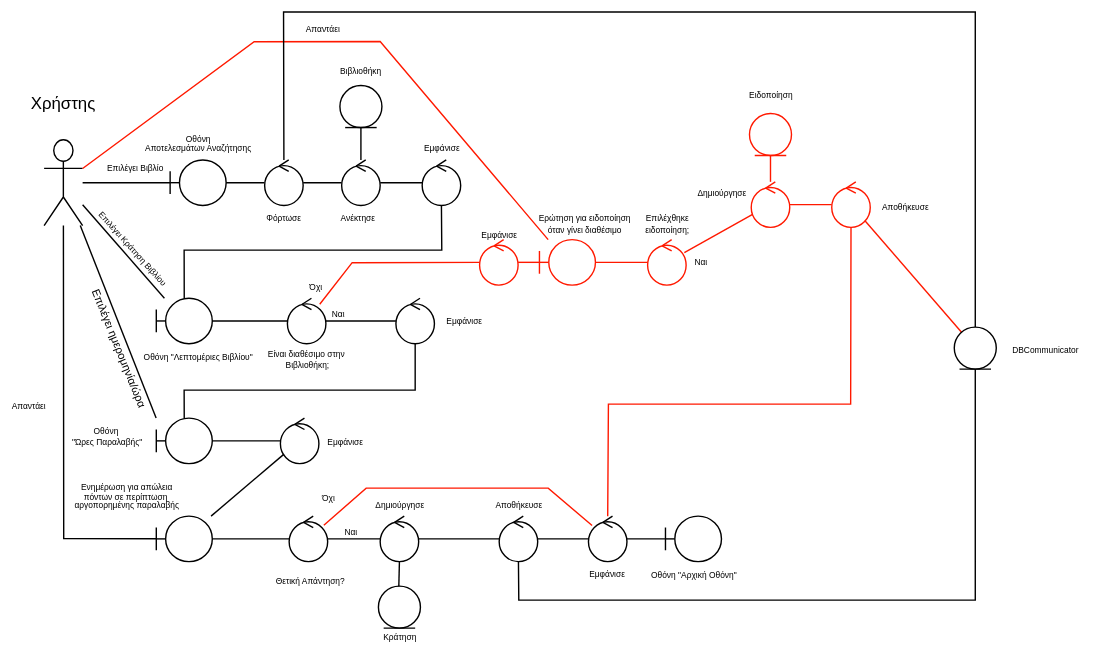
Before: 2nd Assignment/Robustness Diagrams/Robustness-Diagram-v0.1-Κράτηση Βιβλίου.svg, a diagram exported from draw.io (CallMeJasonYT/LibraVision). Source tidied: cells renumbered, new cells last; positions are measured from the earlier drawing's top-left corner, leaving out a move shared by most shapes.
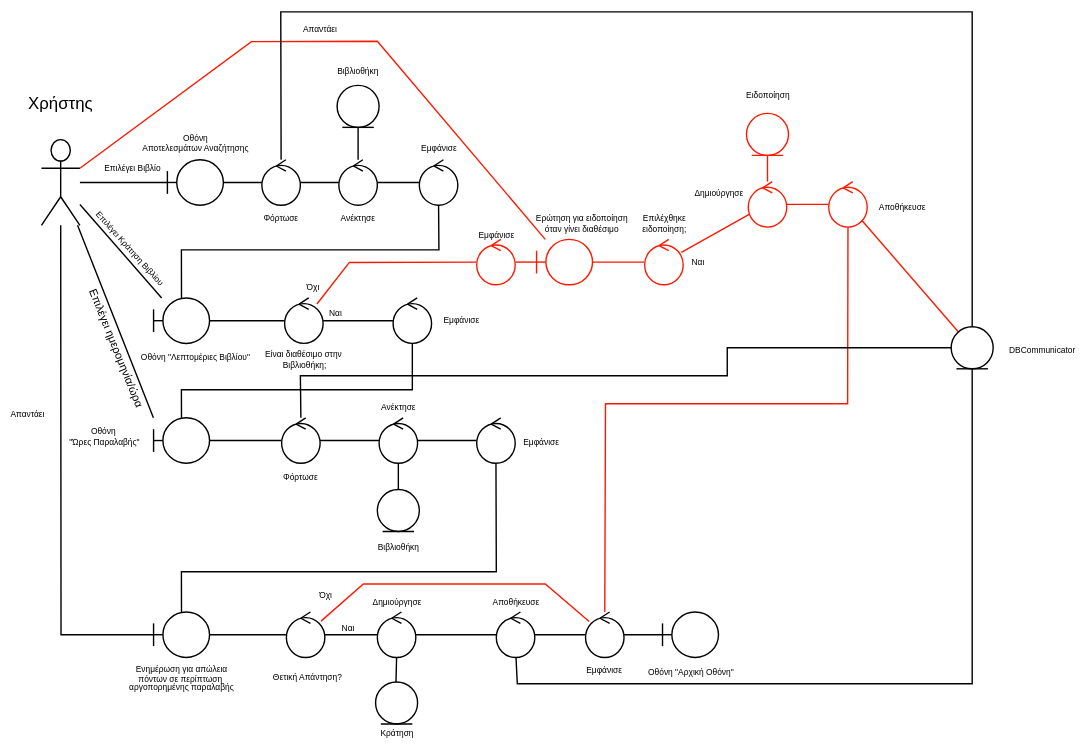
After the change.

Commit message:
Robustness-Diagram-v0.1-Κράτηση Βιβλίου

What changed in the source:
```diff
@@ -21,7 +21,7 @@
     <mxCell id="6" style="edgeStyle=none;rounded=0;jettySize=auto;html=1;endArrow=none;endFill=0;" parent="1" edge="1" source="7" target="29">
       <mxGeometry relative="1" as="geometry">
         <Array as="points">
-          <mxPoint x="45" y="385" />
+          <mxPoint x="45" y="454" />
         </Array>
       </mxGeometry>
     </mxCell>
@@ -72,7 +72,7 @@
     <mxCell id="21" value="&lt;font style=&quot;font-size: 6px;&quot;&gt;Εμφάνισε&lt;/font&gt;" style="text;html=1;align=center;verticalAlign=middle;strokeColor=none;fillColor=none;" parent="1" vertex="1">
       <mxGeometry x="306" y="213.4" width="50" height="30" as="geometry" />
     </mxCell>
-    <mxCell id="22" style="edgeStyle=none;rounded=0;jettySize=auto;html=1;endArrow=none;endFill=0;" parent="1" edge="1" source="23" target="27">
+    <mxCell id="22" style="edgeStyle=none;rounded=0;jettySize=auto;html=1;endArrow=none;endFill=0;" parent="1" edge="1" source="23" target="95">
       <mxGeometry relative="1" as="geometry" />
     </mxCell>
     <mxCell id="23" style="shape=umlBoundary;whiteSpace=wrap;html=1;fontSize=10;" parent="1" vertex="1">
@@ -93,34 +93,39 @@
       <mxGeometry x="29.9" y="239" width="110" height="20" as="geometry" />
     </mxCell>
     <mxCell id="27" style="ellipse;shape=umlControl;whiteSpace=wrap;html=1;" parent="1" vertex="1">
-      <mxGeometry x="199.8" y="299" width="27.5" height="32.5" as="geometry" />
+      <mxGeometry x="342" y="299" width="27.5" height="32.5" as="geometry" />
     </mxCell>
-    <mxCell id="28" value="&lt;font style=&quot;font-size: 6px;&quot;&gt;Εμφάνισε&lt;/font&gt;" style="text;html=1;align=center;verticalAlign=middle;strokeColor=none;fillColor=none;" parent="1" vertex="1">
-      <mxGeometry x="221" y="300.2" width="50" height="30" as="geometry" />
+    <mxCell id="28" value="&lt;font style=&quot;font-size: 6px;&quot;&gt;Εμφάνισε&lt;/font&gt;" style="text;html=1;align=center;verticalAlign=middle;strokeColor=none;fillColor=none;spacing=0;spacingLeft=-2;" parent="1" vertex="1">
+      <mxGeometry x="368.5" y="305.2" width="40" height="20" as="geometry" />
     </mxCell>
     <mxCell id="29" style="shape=umlBoundary;whiteSpace=wrap;html=1;fontSize=10;" parent="1" vertex="1">
-      <mxGeometry x="111.1" y="369" width="40" height="32.5" as="geometry" />
+      <mxGeometry x="111.1" y="437.8" width="40" height="32.5" as="geometry" />
     </mxCell>
     <mxCell id="30" style="edgeStyle=none;rounded=0;jettySize=auto;html=1;endArrow=none;endFill=0;" parent="1" edge="1" source="27" target="29">
-      <mxGeometry relative="1" as="geometry" />
+      <mxGeometry relative="1" as="geometry">
+        <Array as="points">
+          <mxPoint x="356" y="409" />
+          <mxPoint x="131" y="409" />
+        </Array>
+      </mxGeometry>
     </mxCell>
     <mxCell id="31" value="&lt;span style=&quot;font-size: 6px;&quot;&gt;Ενημέρωση για απώλεια&lt;/span&gt;&lt;div style=&quot;line-height: 100%; font-size: 6px;&quot;&gt;&lt;span style=&quot;font-size: 6px;&quot;&gt;πόντων σε περίπτωση&amp;nbsp;&lt;/span&gt;&lt;/div&gt;&lt;div style=&quot;line-height: 100%; font-size: 6px;&quot;&gt;&lt;span style=&quot;font-size: 6px;&quot;&gt;αργοπορημένης παραλαβής&lt;/span&gt;&lt;/div&gt;" style="text;html=1;align=center;verticalAlign=middle;strokeColor=none;fillColor=none;fontSize=6;" parent="1" vertex="1">
-      <mxGeometry x="39.9" y="340.2" width="100" height="30" as="geometry" />
+      <mxGeometry x="81.1" y="470.2" width="100" height="30" as="geometry" />
     </mxCell>
     <mxCell id="32" value="&lt;span style=&quot;font-size: 6px;&quot;&gt;Απαντάει&lt;/span&gt;" style="text;html=1;align=center;verticalAlign=middle;strokeColor=none;fillColor=none;spacing=0;" parent="1" vertex="1">
-      <mxGeometry x="-0.1" y="279" width="40" height="20" as="geometry" />
+      <mxGeometry x="1.1" y="285.2" width="40" height="20" as="geometry" />
     </mxCell>
     <mxCell id="33" style="ellipse;shape=umlControl;whiteSpace=wrap;html=1;" parent="1" vertex="1">
-      <mxGeometry x="419.8" y="369" width="27.5" height="32.5" as="geometry" />
+      <mxGeometry x="419.8" y="437.8" width="27.5" height="32.5" as="geometry" />
     </mxCell>
     <mxCell id="34" style="shape=umlBoundary;whiteSpace=wrap;html=1;fontSize=10;" parent="1" vertex="1">
-      <mxGeometry x="474.8" y="369" width="40" height="32.5" as="geometry" />
+      <mxGeometry x="474.8" y="437.8" width="40" height="32.5" as="geometry" />
     </mxCell>
     <mxCell id="35" value="&lt;font style=&quot;font-size: 6px;&quot;&gt;Εμφάνισε&lt;/font&gt;" style="text;html=1;align=center;verticalAlign=middle;strokeColor=none;fillColor=none;spacing=0;" parent="1" vertex="1">
-      <mxGeometry x="408.5" y="399" width="50" height="20" as="geometry" />
+      <mxGeometry x="408.5" y="467.8" width="50" height="20" as="geometry" />
     </mxCell>
     <mxCell id="36" value="&lt;span style=&quot;font-size: 6px;&quot;&gt;Οθόνη &quot;Αρχική Οθόνη&quot;&lt;/span&gt;" style="text;html=1;align=center;verticalAlign=middle;strokeColor=none;fillColor=none;spacing=0;" parent="1" vertex="1">
-      <mxGeometry x="454.8" y="400.2" width="80" height="20" as="geometry" />
+      <mxGeometry x="454.8" y="469" width="80" height="20" as="geometry" />
     </mxCell>
     <mxCell id="37" style="edgeStyle=none;rounded=0;jettySize=auto;html=1;endArrow=none;endFill=0;" parent="1" edge="1" source="66" target="33">
       <mxGeometry relative="1" as="geometry" />
@@ -206,33 +211,33 @@
       <mxGeometry relative="1" as="geometry" />
     </mxCell>
     <mxCell id="60" style="ellipse;shape=umlControl;whiteSpace=wrap;html=1;" parent="1" vertex="1">
-      <mxGeometry x="206" y="369" width="27.5" height="32.5" as="geometry" />
+      <mxGeometry x="206" y="437.8" width="27.5" height="32.5" as="geometry" />
     </mxCell>
     <mxCell id="61" value="&lt;span style=&quot;font-size: 6px;&quot;&gt;Θετική Απάντηση?&lt;/span&gt;" style="text;html=1;align=center;verticalAlign=middle;strokeColor=none;fillColor=none;" parent="1" vertex="1">
-      <mxGeometry x="186" y="399" width="70" height="30" as="geometry" />
+      <mxGeometry x="186" y="467.8" width="70" height="30" as="geometry" />
     </mxCell>
     <mxCell id="62" value="&lt;span style=&quot;font-size: 6px;&quot;&gt;Ναι&lt;/span&gt;" style="text;html=1;align=center;verticalAlign=middle;strokeColor=none;fillColor=none;spacing=0;spacingLeft=-2;" parent="1" vertex="1">
-      <mxGeometry x="240.5" y="369" width="20" height="20" as="geometry" />
+      <mxGeometry x="240.5" y="437.8" width="20" height="20" as="geometry" />
     </mxCell>
     <mxCell id="63" style="edgeStyle=none;rounded=0;jettySize=auto;html=1;strokeColor=#FF1900;endArrow=none;endFill=0;" parent="1" edge="1" source="60" target="33">
       <mxGeometry relative="1" as="geometry">
         <Array as="points">
-          <mxPoint x="261" y="349" />
-          <mxPoint x="391" y="349" />
+          <mxPoint x="261" y="417.8" />
+          <mxPoint x="391" y="417.8" />
         </Array>
       </mxGeometry>
     </mxCell>
     <mxCell id="64" value="&lt;span style=&quot;font-size: 6px;&quot;&gt;Όχι&lt;/span&gt;" style="text;html=1;align=center;verticalAlign=middle;strokeColor=none;fillColor=none;" parent="1" vertex="1">
-      <mxGeometry x="218.6" y="340.2" width="30" height="30" as="geometry" />
+      <mxGeometry x="218.6" y="409" width="30" height="30" as="geometry" />
     </mxCell>
     <mxCell id="65" style="edgeStyle=none;rounded=0;jettySize=auto;html=1;endArrow=none;endFill=0;" parent="1" edge="1" source="2" target="76">
       <mxGeometry relative="1" as="geometry" />
     </mxCell>
     <mxCell id="66" style="ellipse;shape=umlControl;whiteSpace=wrap;html=1;" parent="1" vertex="1">
-      <mxGeometry x="356" y="369" width="27.5" height="32.5" as="geometry" />
+      <mxGeometry x="356" y="437.8" width="27.5" height="32.5" as="geometry" />
     </mxCell>
     <mxCell id="67" value="&lt;span style=&quot;font-size: 6px;&quot;&gt;Αποθήκευσε&lt;/span&gt;" style="text;html=1;align=center;verticalAlign=middle;strokeColor=none;fillColor=none;" parent="1" vertex="1">
-      <mxGeometry x="339.8" y="345.2" width="60" height="30" as="geometry" />
+      <mxGeometry x="339.8" y="414" width="60" height="30" as="geometry" />
     </mxCell>
     <mxCell id="68" style="edgeStyle=none;rounded=0;jettySize=auto;html=1;endArrow=none;endFill=0;" parent="1" edge="1" source="60" target="86">
       <mxGeometry relative="1" as="geometry" />
@@ -240,8 +245,8 @@
     <mxCell id="69" style="edgeStyle=none;rounded=0;jettySize=auto;html=1;endArrow=none;endFill=0;" parent="1" edge="1" source="66" target="92">
       <mxGeometry relative="1" as="geometry">
         <Array as="points">
-          <mxPoint x="370" y="429" />
-          <mxPoint x="696" y="429" />
+          <mxPoint x="371" y="489" />
+          <mxPoint x="696" y="489" />
         </Array>
       </mxGeometry>
     </mxCell>
@@ -290,7 +295,7 @@
       <mxGeometry relative="1" as="geometry" />
     </mxCell>
     <mxCell id="83" value="&lt;span style=&quot;font-size: 6px;&quot;&gt;Ανέκτησε&lt;/span&gt;" style="text;html=1;align=center;verticalAlign=middle;strokeColor=none;fillColor=none;" parent="1" vertex="1">
-      <mxGeometry x="230.1" y="140.2" width="50" height="30" as="geometry" />
+      <mxGeometry x="232.2" y="140.2" width="50" height="30" as="geometry" />
     </mxCell>
     <mxCell id="84" style="edgeStyle=none;rounded=0;jettySize=auto;html=1;endArrow=none;endFill=0;" parent="1" edge="1" source="79" target="3">
       <mxGeometry relative="1" as="geometry" />
@@ -299,16 +304,16 @@
       <mxGeometry relative="1" as="geometry" />
     </mxCell>
     <mxCell id="86" style="ellipse;shape=umlControl;whiteSpace=wrap;html=1;strokeColor=#000000;" parent="1" vertex="1">
-      <mxGeometry x="271" y="369" width="27.5" height="32.5" as="geometry" />
+      <mxGeometry x="271" y="437.8" width="27.5" height="32.5" as="geometry" />
     </mxCell>
     <mxCell id="87" value="&lt;span style=&quot;font-size: 6px;&quot;&gt;Δημιούργησε&lt;/span&gt;" style="text;html=1;align=center;verticalAlign=middle;strokeColor=none;fillColor=none;spacing=0;" parent="1" vertex="1">
-      <mxGeometry x="259.8" y="350.2" width="50" height="20" as="geometry" />
+      <mxGeometry x="259.8" y="419" width="50" height="20" as="geometry" />
     </mxCell>
     <mxCell id="88" style="ellipse;shape=umlEntity;whiteSpace=wrap;html=1;" parent="1" vertex="1">
-      <mxGeometry x="269.8" y="419" width="30" height="30" as="geometry" />
+      <mxGeometry x="269.8" y="487.8" width="30" height="30" as="geometry" />
     </mxCell>
     <mxCell id="89" value="&lt;span style=&quot;font-size: 6px;&quot;&gt;Κράτηση&lt;/span&gt;" style="text;html=1;align=center;verticalAlign=middle;strokeColor=none;fillColor=none;" parent="1" vertex="1">
-      <mxGeometry x="259.8" y="439" width="50" height="30" as="geometry" />
+      <mxGeometry x="259.8" y="507.8" width="50" height="30" as="geometry" />
     </mxCell>
     <mxCell id="90" style="edgeStyle=none;rounded=0;jettySize=auto;html=1;endArrow=none;endFill=0;" parent="1" edge="1" source="86" target="88">
       <mxGeometry relative="1" as="geometry" />
@@ -330,5 +335,42 @@
     <mxCell id="94" value="Χρήστης" style="text;html=1;align=center;verticalAlign=middle;whiteSpace=wrap;rounded=0;" parent="1" vertex="1">
       <mxGeometry x="14.8" y="60.2" width="60" height="30" as="geometry" />
     </mxCell>
+    <mxCell id="95" style="ellipse;shape=umlControl;whiteSpace=wrap;html=1;" parent="1" vertex="1">
+      <mxGeometry x="202.6" y="299" width="27.5" height="32.5" as="geometry" />
+    </mxCell>
+    <mxCell id="96" value="&lt;span style=&quot;font-size: 6px;&quot;&gt;Φόρτωσε&lt;/span&gt;" style="text;html=1;align=center;verticalAlign=middle;strokeColor=none;fillColor=none;spacing=0;" parent="1" vertex="1">
+      <mxGeometry x="196.4" y="330.2" width="40" height="20" as="geometry" />
+    </mxCell>
+    <mxCell id="97" style="ellipse;shape=umlControl;whiteSpace=wrap;html=1;" parent="1" vertex="1">
+      <mxGeometry x="272.3" y="299" width="27.5" height="32.5" as="geometry" />
+    </mxCell>
+    <mxCell id="98" value="&lt;span style=&quot;font-size: 6px;&quot;&gt;Ανέκτησε&lt;/span&gt;" style="text;html=1;align=center;verticalAlign=middle;strokeColor=none;fillColor=none;spacing=0;" parent="1" vertex="1">
+      <mxGeometry x="266" y="280.2" width="40" height="20" as="geometry" />
+    </mxCell>
+    <mxCell id="99" style="edgeStyle=none;rounded=0;jettySize=auto;html=1;endArrow=none;endFill=0;" parent="1" edge="1" source="95" target="97">
+      <mxGeometry relative="1" as="geometry" />
+    </mxCell>
+    <mxCell id="100" style="edgeStyle=none;rounded=0;jettySize=auto;html=1;endArrow=none;endFill=0;" parent="1" edge="1" source="97" target="27">
+      <mxGeometry relative="1" as="geometry" />
+    </mxCell>
+    <mxCell id="101" style="edgeStyle=none;rounded=0;jettySize=auto;html=1;endArrow=none;endFill=0;" parent="1" edge="1" source="97" target="102">
+      <mxGeometry relative="1" as="geometry" />
+    </mxCell>
+    <mxCell id="102" style="ellipse;shape=umlEntity;whiteSpace=wrap;html=1;" parent="1" vertex="1">
+      <mxGeometry x="271" y="350.2" width="30" height="30" as="geometry" />
+    </mxCell>
+    <mxCell id="103" value="&lt;span style=&quot;font-size: 6px;&quot;&gt;Βιβλιοθήκη&lt;/span&gt;" style="text;html=1;align=center;verticalAlign=middle;strokeColor=none;fillColor=none;spacing=0;" parent="1" vertex="1">
+      <mxGeometry x="261" y="380.2" width="50" height="20" as="geometry" />
+    </mxCell>
+    <mxCell id="104" style="edgeStyle=none;rounded=0;jettySize=auto;html=1;endArrow=none;endFill=0;" parent="1" edge="1" source="92" target="95">
+      <mxGeometry relative="1" as="geometry">
+        <Array as="points">
+          <mxPoint x="521" y="249" />
+          <mxPoint x="521" y="269" />
+          <mxPoint x="271" y="269" />
+          <mxPoint x="216" y="269" />
+        </Array>
+      </mxGeometry>
+    </mxCell>
   </root>
 </mxGraphModel>
```
